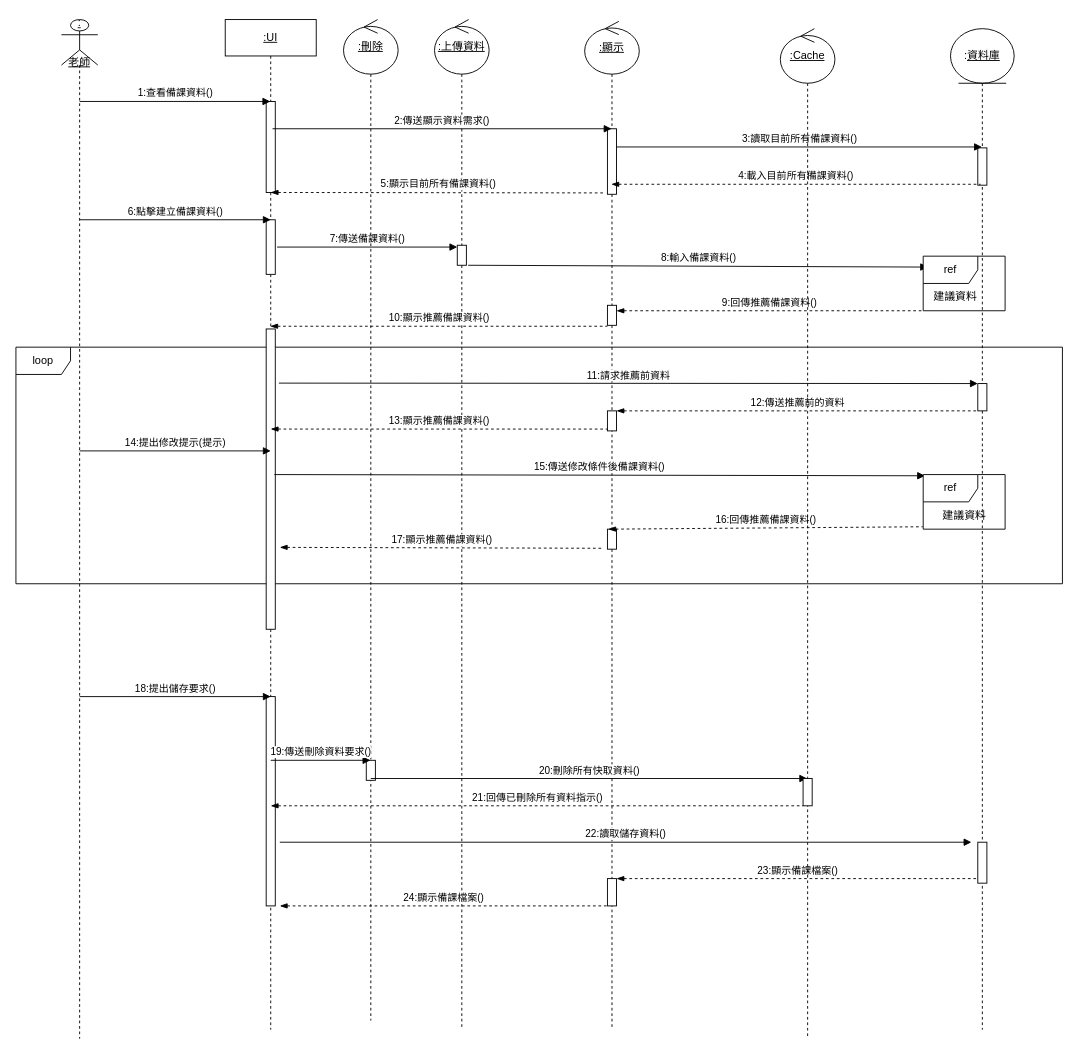
Before: 循序圖(建立備課資料-AC)-new.drawio in Kevincheng0804/System-analysis, a draw.io diagram. Source tidied: cells renumbered, new cells numbered last; positions are measured from the earlier drawing's top-left corner, leaving out a move shared by most shapes. Both pictures are drawn from the tidied source at 91%, with x=0, y=0 at pixel (15, 19).
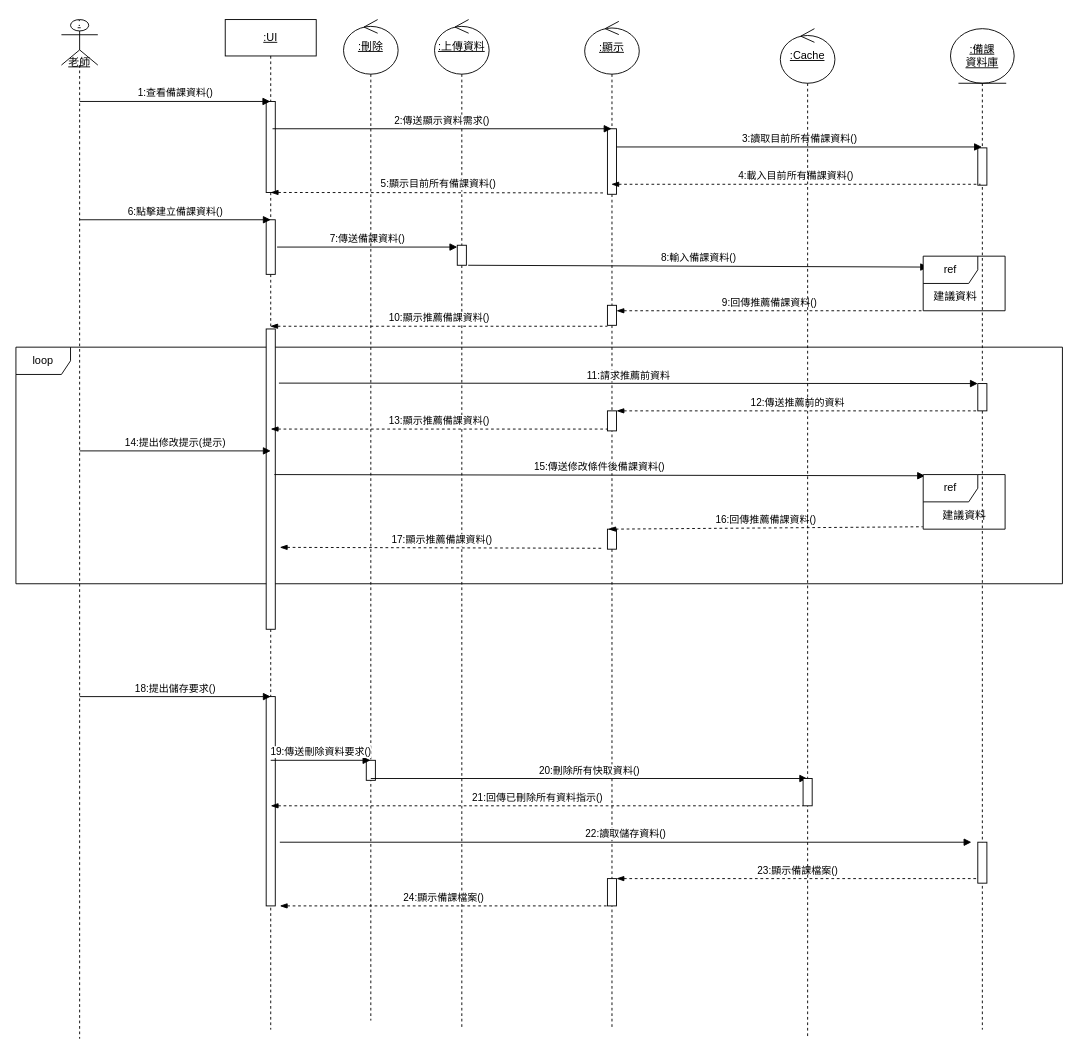
The same diagram, later.

What changed in the source:
```diff
@@
-    <mxCell id="17" value=":&lt;u&gt;資料庫&lt;/u&gt;" style="shape=umlLifeline;perimeter=lifelinePerimeter;whiteSpace=wrap;html=1;outlineConnect=0;portConstraint=eastwest;newEdgeStyle={&quot;curved&quot;:0,&quot;rounded&quot;:0};participant=umlEntity;size=60;" parent="1" vertex="1">
+    <mxCell id="17" value="&lt;u&gt;:備課&lt;br&gt;資料庫&lt;/u&gt;" style="shape=umlLifeline;perimeter=lifelinePerimeter;whiteSpace=wrap;html=1;outlineConnect=0;portConstraint=eastwest;newEdgeStyle={&quot;curved&quot;:0,&quot;rounded&quot;:0};participant=umlEntity;size=60;" parent="1" vertex="1">
       <mxGeometry x="1027" y="10" width="70" height="1100" as="geometry" />
     </mxCell>
```
